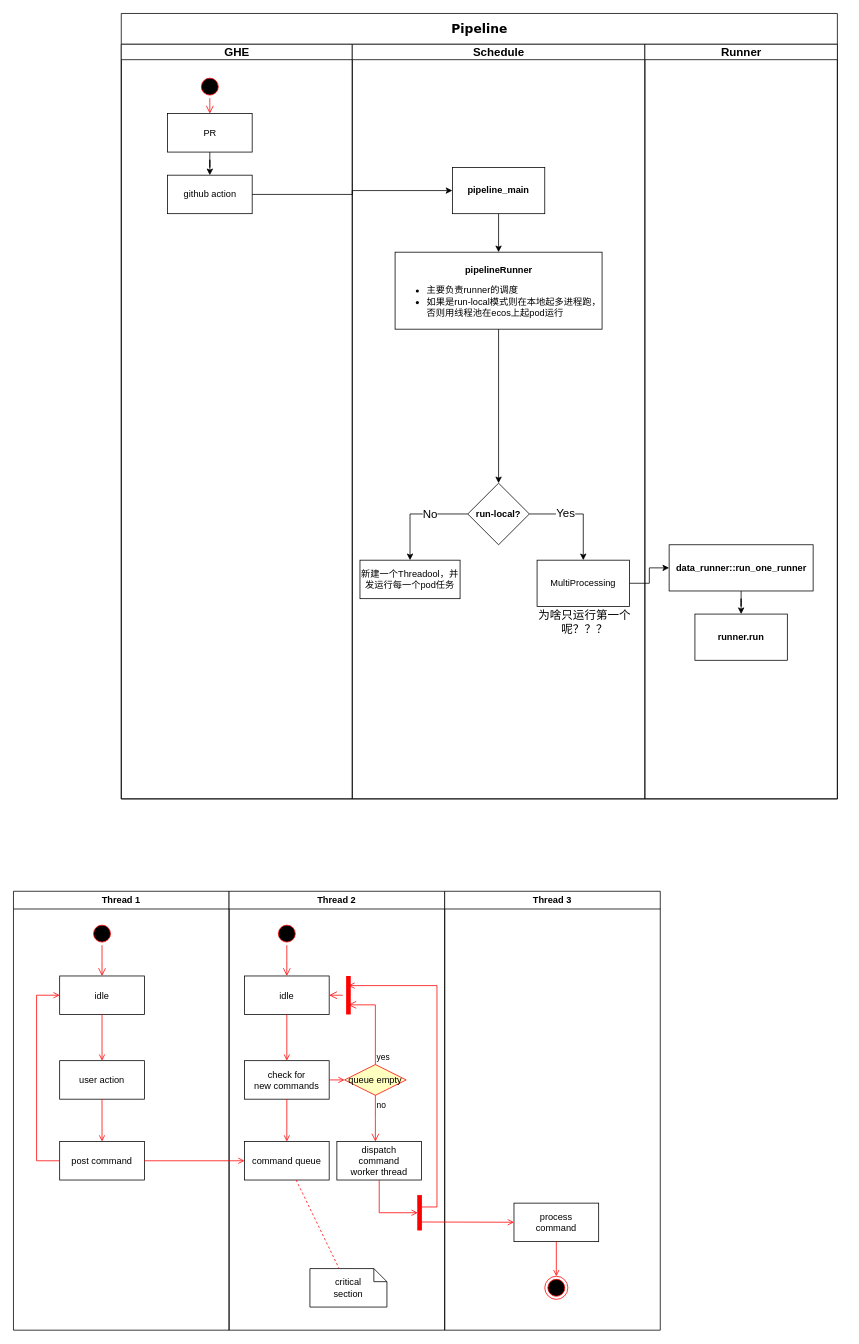
Earlier version of the draw.io diagram page "第 2 页" (2 of 2) of drawio/TuSimple.drawio (a244591052/Skill-Learning). Source tidied: cells renumbered, new cells numbered last; positions are measured from the earlier drawing's top-left corner, leaving out a move shared by most shapes. Both pictures are drawn from the tidied source at 77%, with x=0, y=0 at pixel (13, 13).
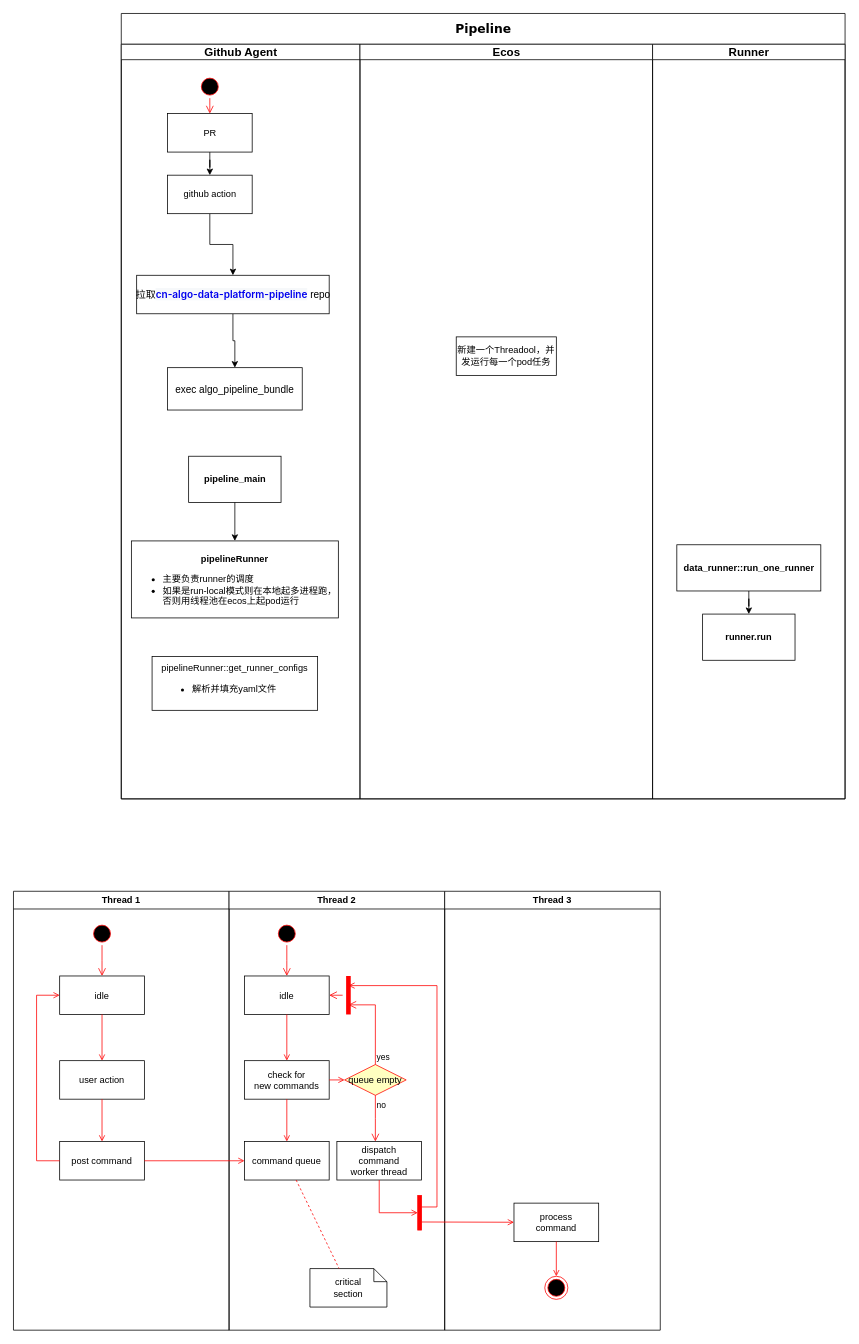
Above is the later version.

Unchanged cells that the change refers to:
```xml
<mxCell id="8" value="github action" style="html=1;fillColor=rgb(255, 255, 255);strokeColor=rgb(0, 0, 0);fontColor=rgb(0, 0, 0);" parent="3" vertex="1">
  <mxGeometry x="60" y="170" width="110" height="50" as="geometry" />
</mxCell>
<mxCell id="25" value="&lt;b&gt;data_runner::run_one_runner&lt;/b&gt;" style="whiteSpace=wrap;html=1;fillColor=rgb(255, 255, 255);strokeColor=rgb(0, 0, 0);fontColor=rgb(0, 0, 0);" parent="23" vertex="1">
  <mxGeometry x="31.5" y="650" width="187" height="60" as="geometry" />
</mxCell>
```

The edit, as a diff of the source:
```diff
@@
     <mxCell id="2" value="&lt;font style=&quot;font-size: 16px;&quot;&gt;Pipeline&lt;/font&gt;" style="swimlane;html=1;startSize=40;rounded=0;shadow=0;comic=0;labelBackgroundColor=none;strokeWidth=1;fontFamily=Verdana;fontSize=12;align=center;" parent="1" vertex="1">
-      <mxGeometry x="140" width="930" height="1020" as="geometry" />
+      <mxGeometry x="140" width="940" height="1020" as="geometry" />
     </mxCell>
-    <mxCell id="3" value="&lt;font style=&quot;font-size: 15px;&quot;&gt;GHE&lt;/font&gt;" style="swimlane;html=1;startSize=20;" parent="2" vertex="1">
-      <mxGeometry y="40" width="300" height="980" as="geometry" />
+    <mxCell id="3" value="&lt;font style=&quot;font-size: 15px;&quot;&gt;Github Agent&lt;/font&gt;" style="swimlane;html=1;startSize=20;" parent="2" vertex="1">
+      <mxGeometry y="40" width="310" height="980" as="geometry" />
     </mxCell>
@@
+    <mxCell id="63" style="edgeStyle=orthogonalEdgeStyle;rounded=0;jettySize=auto;html=1;fontSize=12;" parent="3" edge="1" source="8" target="65">
+      <mxGeometry relative="1" as="geometry" />
+    </mxCell>
@@
-    <mxCell id="9" style="edgeStyle=orthogonalEdgeStyle;rounded=0;jettySize=auto;html=1;exitX=1;exitY=0.5;exitDx=0;exitDy=0;fontSize=15;" parent="2" edge="1" source="20" target="25">
-      <mxGeometry relative="1" as="geometry" />
-    </mxCell>
+    <mxCell id="64" style="edgeStyle=orthogonalEdgeStyle;rounded=0;jettySize=auto;html=1;fontSize=13;" parent="3" edge="1" source="65" target="66">
+      <mxGeometry relative="1" as="geometry" />
+    </mxCell>
+    <mxCell id="65" value="拉取&lt;a style=&quot;box-sizing: border-box; background-color: rgb(246, 248, 250); text-decoration-line: none; font-family: -apple-system, BlinkMacSystemFont, &amp;quot;Segoe UI&amp;quot;, Helvetica, Arial, sans-serif, &amp;quot;Apple Color Emoji&amp;quot;, &amp;quot;Segoe UI Emoji&amp;quot;; font-size: 13px; font-weight: 600; text-align: start;&quot; href=&quot;https://ghe.tusimple.io/TuSimple/cn-algo-data-platform-pipeline&quot;&gt;cn-algo-data-platform-pipeline&lt;/a&gt;&amp;nbsp;repo" style="html=1;fillColor=rgb(255, 255, 255);strokeColor=rgb(0, 0, 0);fontColor=rgb(0, 0, 0);fontSize=13;" parent="3" vertex="1">
+      <mxGeometry x="20" y="300" width="250" height="50" as="geometry" />
+    </mxCell>
+    <mxCell id="66" value="exec algo_pipeline_bundle" style="whiteSpace=wrap;html=1;fontSize=13;fillColor=rgb(255, 255, 255);strokeColor=rgb(0, 0, 0);fontColor=rgb(0, 0, 0);" parent="3" vertex="1">
+      <mxGeometry x="60" y="420" width="175" height="55" as="geometry" />
+    </mxCell>
+    <mxCell id="12" value="&lt;b&gt;pipeline_main&lt;/b&gt;" style="whiteSpace=wrap;html=1;fillColor=rgb(255, 255, 255);strokeColor=rgb(0, 0, 0);fontColor=rgb(0, 0, 0);" parent="3" vertex="1">
+      <mxGeometry x="87.5" y="535" width="120" height="60" as="geometry" />
+    </mxCell>
+    <mxCell id="14" value="&lt;b&gt;&lt;br&gt;pipelineRunner&lt;/b&gt;&lt;br&gt;&lt;ul&gt;&lt;li style=&quot;text-align: left;&quot;&gt;主要负责runner的调度&lt;/li&gt;&lt;li style=&quot;text-align: left;&quot;&gt;如果是run-local模式则在本地起多进程跑，否则用线程池在ecos上起pod运行&lt;/li&gt;&lt;/ul&gt;" style="whiteSpace=wrap;html=1;fillColor=rgb(255, 255, 255);strokeColor=rgb(0, 0, 0);fontColor=rgb(0, 0, 0);" parent="3" vertex="1">
+      <mxGeometry x="13.1" y="645" width="268.8" height="100" as="geometry" />
+    </mxCell>
+    <mxCell id="11" style="edgeStyle=orthogonalEdgeStyle;rounded=0;jettySize=auto;html=1;" parent="3" edge="1" source="12" target="14">
+      <mxGeometry relative="1" as="geometry" />
+    </mxCell>
+    <mxCell id="67" value="&lt;font style=&quot;font-size: 12px;&quot;&gt;pipelineRunner::get_runner_configs&lt;br style=&quot;font-size: 12px;&quot;&gt;&lt;ul&gt;&lt;li style=&quot;text-align: left;&quot;&gt;&lt;span style=&quot;background-color: initial;&quot;&gt;解析并填充yaml文件&lt;/span&gt;&lt;/li&gt;&lt;/ul&gt;&lt;/font&gt;" style="rounded=0;whiteSpace=wrap;html=1;fontSize=12;" parent="3" vertex="1">
+      <mxGeometry x="40" y="795" width="215" height="70" as="geometry" />
+    </mxCell>
-    <mxCell id="10" value="&lt;font style=&quot;font-size: 15px;&quot;&gt;Schedule&lt;/font&gt;" style="swimlane;html=1;startSize=20;" parent="2" vertex="1">
-      <mxGeometry x="300" y="40" width="380" height="980" as="geometry" />
+    <mxCell id="10" value="&lt;span style=&quot;font-size: 15px;&quot;&gt;Ecos&lt;/span&gt;" style="swimlane;html=1;startSize=20;" parent="2" vertex="1">
+      <mxGeometry x="310" y="40" width="380" height="980" as="geometry" />
     </mxCell>
-    <mxCell id="11" style="edgeStyle=orthogonalEdgeStyle;rounded=0;jettySize=auto;html=1;" parent="10" edge="1" source="12" target="14">
-      <mxGeometry relative="1" as="geometry" />
-    </mxCell>
-    <mxCell id="12" value="&lt;b&gt;pipeline_main&lt;/b&gt;" style="whiteSpace=wrap;html=1;fillColor=rgb(255, 255, 255);strokeColor=rgb(0, 0, 0);fontColor=rgb(0, 0, 0);" parent="10" vertex="1">
-      <mxGeometry x="130" y="160" width="120" height="60" as="geometry" />
-    </mxCell>
-    <mxCell id="13" style="edgeStyle=orthogonalEdgeStyle;rounded=0;jettySize=auto;html=1;fontSize=15;" parent="10" edge="1" source="14" target="19">
-      <mxGeometry relative="1" as="geometry" />
-    </mxCell>
-    <mxCell id="14" value="&lt;b&gt;&lt;br&gt;pipelineRunner&lt;/b&gt;&lt;br&gt;&lt;ul&gt;&lt;li style=&quot;text-align: left;&quot;&gt;主要负责runner的调度&lt;/li&gt;&lt;li style=&quot;text-align: left;&quot;&gt;如果是run-local模式则在本地起多进程跑，否则用线程池在ecos上起pod运行&lt;/li&gt;&lt;/ul&gt;" style="whiteSpace=wrap;html=1;fillColor=rgb(255, 255, 255);strokeColor=rgb(0, 0, 0);fontColor=rgb(0, 0, 0);" parent="10" vertex="1">
-      <mxGeometry x="55.6" y="270" width="268.8" height="100" as="geometry" />
-    </mxCell>
-    <mxCell id="15" style="edgeStyle=orthogonalEdgeStyle;rounded=0;jettySize=auto;html=1;fontSize=15;" parent="10" edge="1" source="19" target="20">
-      <mxGeometry relative="1" as="geometry" />
-    </mxCell>
-    <mxCell id="16" value="Yes" style="edgeLabel;html=1;align=center;verticalAlign=middle;fontSize=15;" parent="15" vertex="1">
-      <mxGeometry x="-0.29" y="2" relative="1" as="geometry" />
-    </mxCell>
-    <mxCell id="17" style="edgeStyle=orthogonalEdgeStyle;rounded=0;jettySize=auto;html=1;fontSize=15;" parent="10" edge="1" source="19" target="21">
-      <mxGeometry relative="1" as="geometry" />
-    </mxCell>
-    <mxCell id="18" value="No" style="edgeLabel;html=1;align=center;verticalAlign=middle;fontSize=15;" parent="17" vertex="1">
-      <mxGeometry x="-0.26" y="-1" relative="1" as="geometry" />
-    </mxCell>
-    <mxCell id="19" value="&lt;b&gt;run-local?&lt;/b&gt;" style="rhombus;whiteSpace=wrap;html=1;fillColor=rgb(255, 255, 255);strokeColor=rgb(0, 0, 0);fontColor=rgb(0, 0, 0);" parent="10" vertex="1">
-      <mxGeometry x="150" y="570" width="80" height="80" as="geometry" />
-    </mxCell>
-    <mxCell id="20" value="MultiProcessing" style="whiteSpace=wrap;html=1;fillColor=rgb(255, 255, 255);strokeColor=rgb(0, 0, 0);fontColor=rgb(0, 0, 0);" parent="10" vertex="1">
-      <mxGeometry x="240" y="670" width="120" height="60" as="geometry" />
-    </mxCell>
     <mxCell id="21" value="新建一个Threadool，并发运行每一个pod任务" style="whiteSpace=wrap;html=1;fillColor=rgb(255, 255, 255);strokeColor=rgb(0, 0, 0);fontColor=rgb(0, 0, 0);" parent="10" vertex="1">
-      <mxGeometry x="10" y="670" width="130" height="50" as="geometry" />
+      <mxGeometry x="125" y="380" width="130" height="50" as="geometry" />
     </mxCell>
-    <mxCell id="22" value="为啥只运行第一个呢？？？" style="text;html=1;strokeColor=none;fillColor=none;align=center;verticalAlign=middle;whiteSpace=wrap;rounded=0;fontSize=15;" parent="10" vertex="1">
-      <mxGeometry x="237" y="730" width="130" height="40" as="geometry" />
-    </mxCell>
     <mxCell id="23" value="&lt;font style=&quot;font-size: 15px;&quot;&gt;Runner&lt;/font&gt;" style="swimlane;html=1;startSize=20;" parent="2" vertex="1">
-      <mxGeometry x="680" y="40" width="250" height="980" as="geometry" />
+      <mxGeometry x="690" y="40" width="250" height="980" as="geometry" />
     </mxCell>
@@
-    <mxCell id="27" style="edgeStyle=orthogonalEdgeStyle;rounded=0;jettySize=auto;html=1;" parent="2" edge="1" source="8" target="12">
-      <mxGeometry relative="1" as="geometry" />
-    </mxCell>
```
